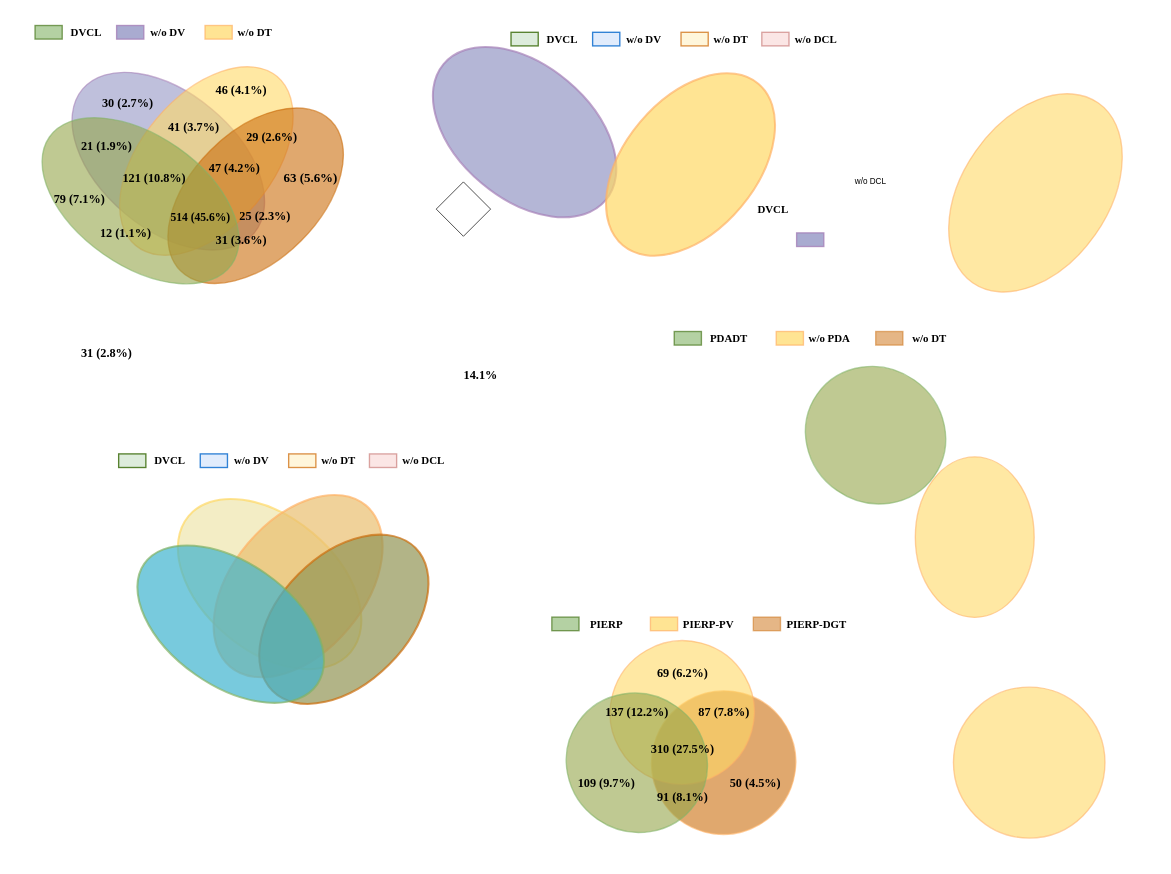
yjq12/DeepKE keeps this draw.io diagram as 温特.drawio. Above is the earlier version. Source tidied: cells renumbered, new cells numbered last; positions are measured from the earlier drawing's top-left corner, leaving out a move shared by most shapes. Both pictures are drawn from the tidied source at 68%, with x=0, y=0 at pixel (29, 22).
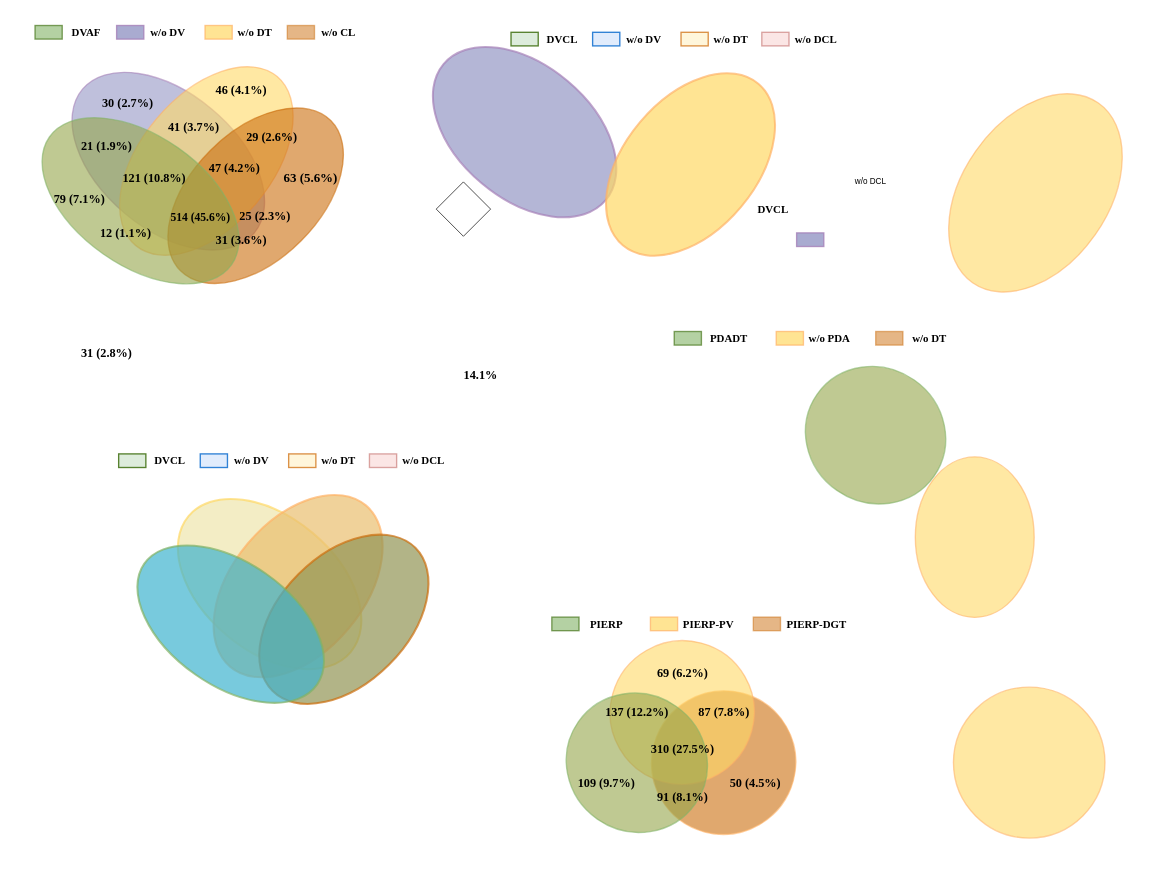
Above is the later version.

The edit, as a diff of the source:
```diff
@@
-    <mxCell id="48" value="&lt;font style=&quot;font-size: 16px;&quot; face=&quot;Times New Roman&quot;&gt;&lt;b&gt;DVCL&lt;/b&gt;&lt;/font&gt;" style="text;html=1;align=center;verticalAlign=middle;strokeColor=none;fillColor=none;" parent="1" vertex="1">
+    <mxCell id="48" value="&lt;font style=&quot;font-size: 16px;&quot; face=&quot;Times New Roman&quot;&gt;&lt;b&gt;DVAF&lt;/b&gt;&lt;/font&gt;" style="text;html=1;align=center;verticalAlign=middle;strokeColor=none;fillColor=none;" parent="1" vertex="1">
       <mxGeometry x="48" width="70" height="30" as="geometry" />
     </mxCell>
@@
+    <mxCell id="81" style="rounded=0;whiteSpace=wrap;html=1;fillColor=#CC6E0E;strokeColor=#CC6E0E;opacity=50;strokeWidth=2;" parent="1" vertex="1">
+      <mxGeometry x="379" y="5" width="40" height="20" as="geometry" />
+    </mxCell>
+    <mxCell id="82" value="&lt;font face=&quot;Times New Roman&quot;&gt;&lt;span style=&quot;font-size: 16px;&quot;&gt;&lt;b&gt;w/o CL&lt;/b&gt;&lt;/span&gt;&lt;/font&gt;" style="text;html=1;align=center;verticalAlign=middle;strokeColor=none;fillColor=none;" parent="1" vertex="1">
+      <mxGeometry x="418.7" width="70" height="30" as="geometry" />
+    </mxCell>
```
